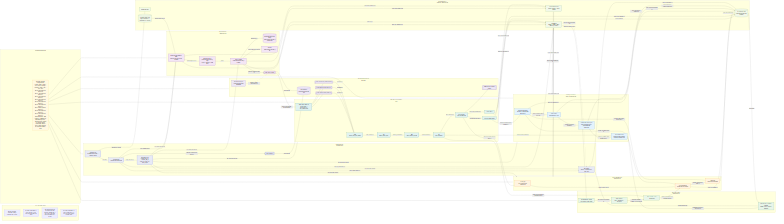
Before: docs/design/platform/dev_full/graph/readiness/dev_full_platform_network_production_ready_current_v0.mermaid.png, a diagram exported from Mermaid (EsosaOrumwese/fraud-detection-system). Its source is kept beside it as docs/design/platform/dev_full/graph/readiness/dev_full_platform_network_production_ready_current_v0.mermaid.mmd.
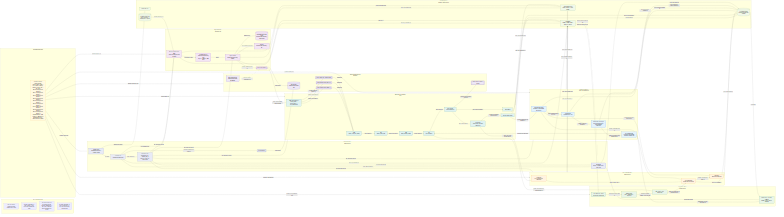
Above is the later version.

The edit, as a diff of the source:
```diff
@@ -13,7 +13,7 @@
   end
 
   subgraph READYNOTE["Current Working Platform"]
-    NOTE["Currently promoted working platform:<br>Control + Ingress + RTDL + Case + Label + Learning + Evolution / MLOps + Ops / Gov / Meta<br>Phase 0 closed green on 2026-03-10<br>Phase 1 closed green on 2026-03-11<br>Phase 3 closed green on 2026-03-11<br>Phase 4 closed green on 2026-03-12<br>Phase 5 closed green on 2026-03-12<br>Phase 6 closed green on 2026-03-12<br>Phase 7 rebuilt green on 2026-03-13<br>Phase 8 closed green on 2026-03-13<br>Phase 9 closed green on 2026-03-13<br>Declared envelope: 3000 steady eps / 6000 burst eps<br>Bounded longer-stress authorization now granted<br>Live runtime may be intentionally idled for review without changing the accepted readiness claim"]
+    NOTE["Currently promoted working platform:<br>Control + Ingress + RTDL + Case + Label + Learning + Evolution / MLOps + Ops / Gov / Meta<br>Phase 0 closed green on 2026-03-10<br>Phase 1 closed green on 2026-03-11<br>Phase 3 closed green on 2026-03-11<br>Phase 4 closed green on 2026-03-12<br>Phase 5 closed green on 2026-03-12<br>Phase 6 closed green on 2026-03-12<br>Phase 7 rebuilt green on 2026-03-13<br>Phase 8 closed green on 2026-03-13<br>Phase 9 closed green on 2026-03-13<br>Declared envelope: 3000 steady eps / 6000 burst eps<br>Bounded longer-stress authorization now granted"]
   end
 
   subgraph CONTROL["Control Network - Promoted Core"]
@@ -40,6 +40,7 @@
     OFP["OFP<br>online_feature_provider"]
     DF["DF<br>decision function"]
     DL["Decision Lane<br>decision publication"]
+    AL["Action Layer<br>action intent / outcome publication"]
     DLA["Decision Ledger Append"]
     ARCH["Archive Writer"]
   end
@@ -81,13 +82,13 @@
     CW["CloudWatch<br>APIGW / Lambda / WSP / RTDL logs + metrics"]
   end
 
-  NOTE --> CONTROL
-  NOTE --> INGRESS
-  NOTE --> RTDL
-  NOTE --> CASELABEL
-  NOTE --> LEARNING
-  NOTE --> OPSGOV
-  NOTE --> TRANSPORT
+  NOTE -->|promotes control core| CONTROL
+  NOTE -->|promotes ingress core| INGRESS
+  NOTE -->|promotes RTDL core| RTDL
+  NOTE -->|promotes case/label core| CASELABEL
+  NOTE -->|promotes learning core| LEARNING
+  NOTE -->|promotes ops/governance core| OPSGOV
+  NOTE -->|depends on transport core| TRANSPORT
 
   GHA -->|authenticates through| OIDC
   GHA -->|dispatches| SFN
@@ -114,9 +115,9 @@
   GLUEREG -. enforces schema compatibility for .-> TTRAFFIC
 
   TTRAFFIC -->|feeds promoted RTDL intake boundary| RINTAKE
-  RINTAKE --> TCTXA
-  RINTAKE --> TCTXE
-  RINTAKE --> TFLOW
+  RINTAKE -->|projects arrival events to| TCTXA
+  RINTAKE -->|projects arrival entities to| TCTXE
+  RINTAKE -->|projects fraud flow anchors to| TFLOW
   TCTXA -->|consumed by| CSFB
   TCTXE -->|consumed by| CSFB
   TFLOW -->|consumed by| CSFB
@@ -124,10 +125,11 @@
   IEG -->|supplies graph truth to| OFP
   OFP -->|supplies features to| DF
   DF -->|emits decisions to| DL
-  DL -->|appends decision truth to| DLA
+  DL -->|emits action intent to| AL
+  AL -->|appends action-linked decision truth to| DLA
   DL -->|feeds archival evidence to| ARCH
-  DL --> TDEC
-  DL -->|emits case-worthy decision truth to| CTRIG
+  DL -->|publishes decision/archive outputs to| TDEC
+  AL -->|emits case-worthy outcome truth to| CTRIG
   CTRIG -->|opens or reuses cases in| CM
   CM -->|commits authoritative labels to| LS
 
@@ -183,7 +185,7 @@
   class NOTE note;
   class GHA,SFN,CTRLBUS,RUNID,RUNCTL control;
   class WSP,HTTPAPI,IGLAMBDA,IGDLQ,IGDDB,TTRAFFIC ingress;
-  class RINTAKE,CSFB,IEG,OFP,DF,DL,DLA,ARCH rtdl;
+  class RINTAKE,CSFB,IEG,OFP,DF,DL,AL,DLA,ARCH rtdl;
   class CTRIG,CM,LS caselabel;
   class OFS,MF,MPR,ACTIVEBUNDLE learning;
   class OPSDASH,RUNBOOK,DRIFTCHK,IDLECTRL opsgov;
```
